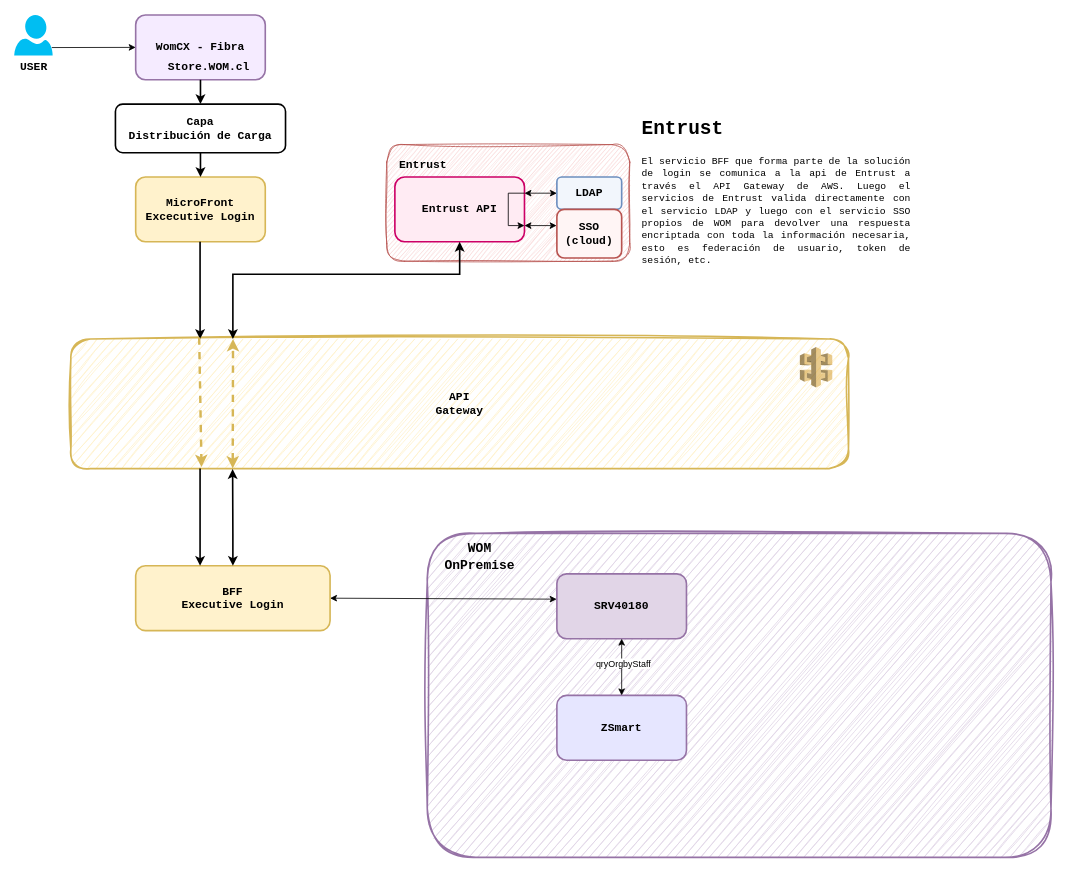
The draw.io diagram page "DiagFlujo" (2 of 2) of LoginLayer.drawio in linosnt/womCX, before the edit. Source tidied: cells renumbered, new cells numbered last; positions are measured from the earlier drawing's top-left corner, leaving out a move shared by most shapes. Both pictures are drawn from the tidied source at 81%, with x=0, y=0 at pixel (14, 15).
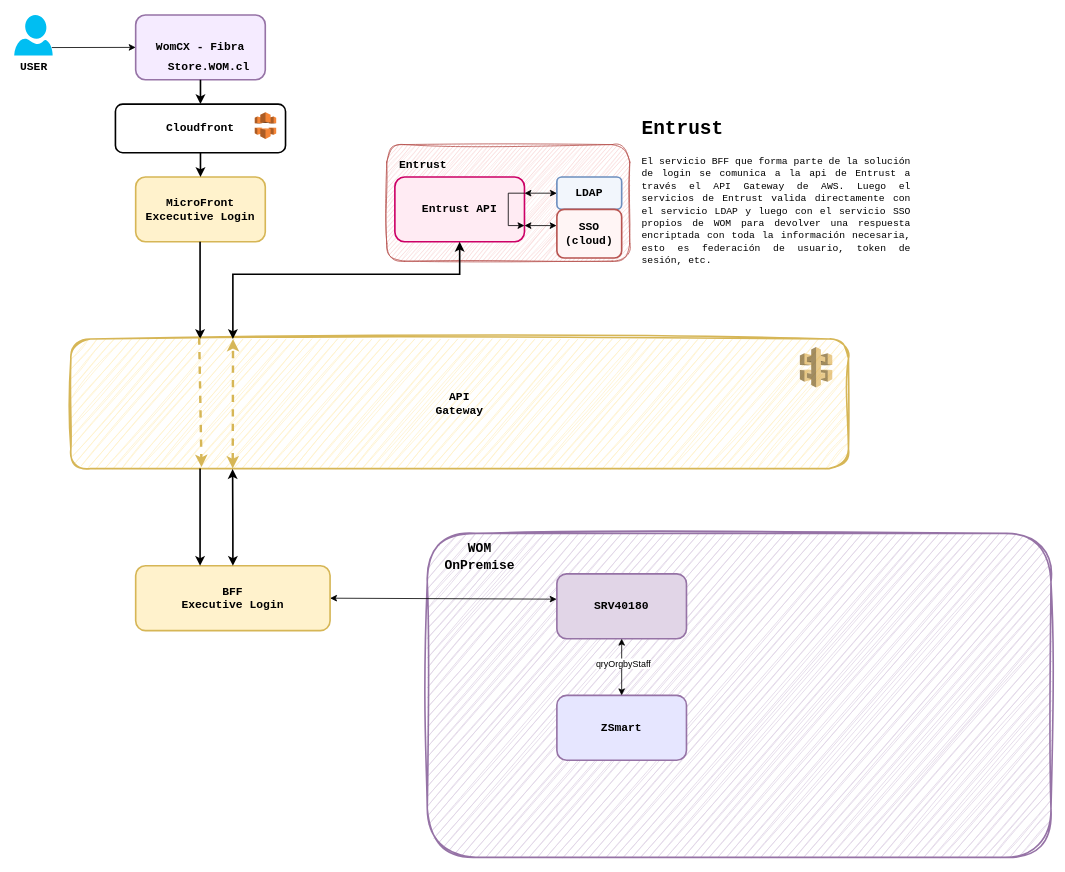
Above is the later version.

What changed in the source:
```diff
@@
-    <mxCell id="34" value="&lt;div&gt;&lt;font size=&quot;1&quot; face=&quot;Courier New&quot;&gt;&lt;b style=&quot;font-size: 14px;&quot;&gt;Capa&lt;/b&gt;&lt;/font&gt;&lt;/div&gt;&lt;div&gt;&lt;font size=&quot;1&quot; face=&quot;Courier New&quot;&gt;&lt;b style=&quot;font-size: 14px;&quot;&gt;Distribución de Carga&lt;br&gt;&lt;/b&gt;&lt;/font&gt;&lt;/div&gt;" style="rounded=1;whiteSpace=wrap;html=1;strokeWidth=2;" parent="1" vertex="1">
+    <mxCell id="34" value="&lt;div&gt;&lt;font size=&quot;1&quot; face=&quot;Courier New&quot;&gt;&lt;b style=&quot;font-size: 14px;&quot;&gt;Cloudfront&lt;/b&gt;&lt;/font&gt;&lt;/div&gt;" style="rounded=1;whiteSpace=wrap;html=1;strokeWidth=2;" parent="1" vertex="1">
       <mxGeometry x="125" y="110" width="210" height="60" as="geometry" />
     </mxCell>
+    <mxCell id="35" style="dashed=0;verticalLabelPosition=bottom;verticalAlign=top;align=center;html=1;shape=mxgraph.aws3.cloudfront;fillColor=#F58536;gradientColor=none;" parent="1" vertex="1">
+      <mxGeometry x="297" y="120" width="26.5" height="33" as="geometry" />
+    </mxCell>
```
